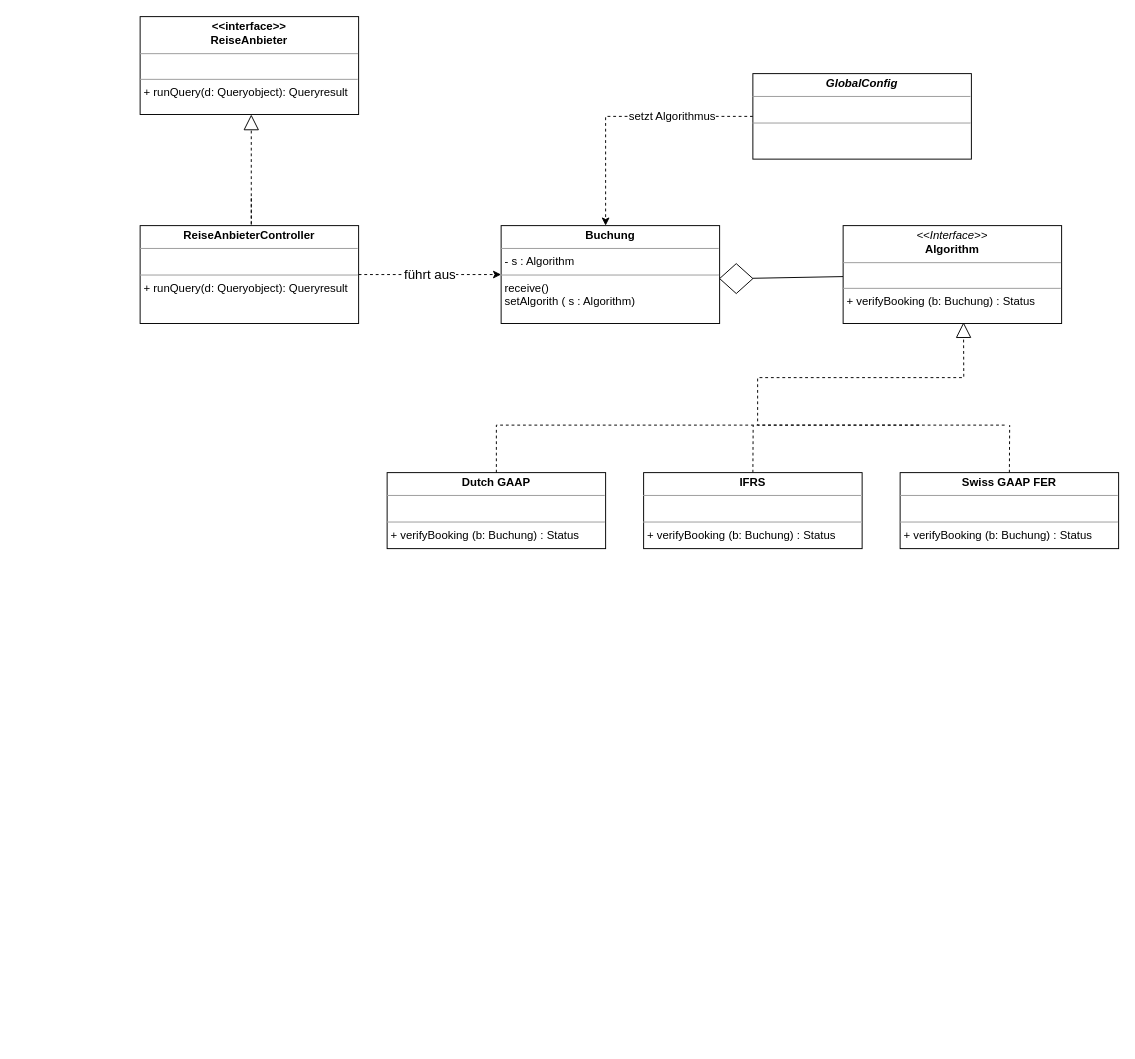
Earlier version of the draw.io diagram Uebung7/Aufgabe7_2.drawio (Software-Engineering-Team-HBRS/uebungsaufgaben). Source tidied: cells renumbered, new cells numbered last; positions are measured from the earlier drawing's top-left corner, leaving out a move shared by most shapes. Both pictures are drawn from the tidied source at 95%, with x=0, y=0 at pixel (140, 16).
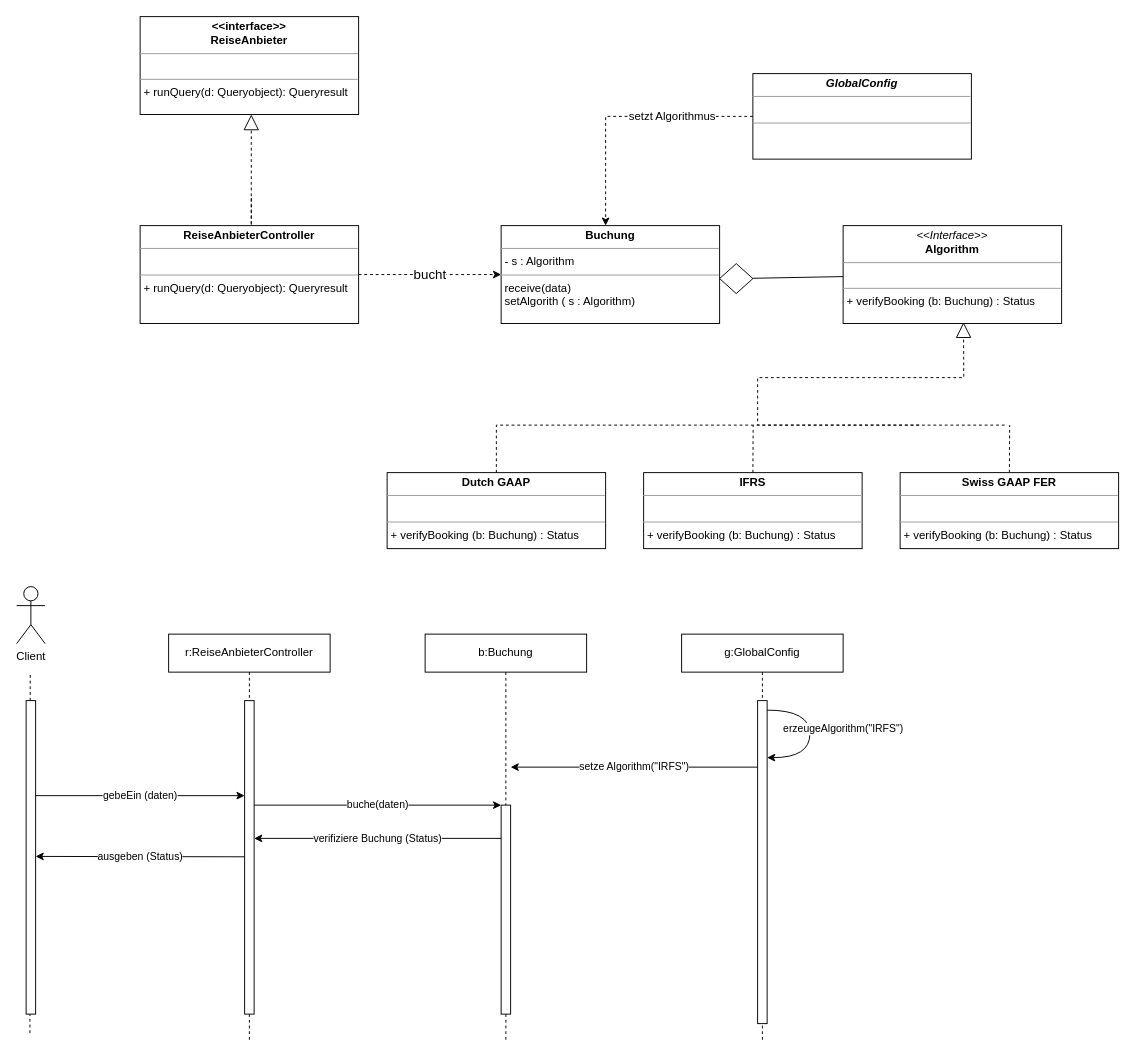
After the change.

Unchanged cells that the change refers to:
```xml
<mxCell id="16" value="&lt;p style=&quot;margin:0px;margin-top:4px;text-align:center;&quot;&gt;&lt;b&gt;ReiseAnbieterController&lt;/b&gt;&lt;/p&gt;&lt;hr size=&quot;1&quot;&gt;&lt;p style=&quot;margin:0px;margin-left:4px;&quot;&gt;&lt;br&gt;&lt;/p&gt;&lt;hr size=&quot;1&quot;&gt;&lt;p style=&quot;margin:0px;margin-left:4px;&quot;&gt;&lt;span style=&quot;text-wrap-mode: wrap;&quot;&gt;+ runQuery(d: Queryobject): Queryresult&lt;/span&gt;&lt;/p&gt;" style="verticalAlign=top;align=left;overflow=fill;fontSize=12;fontFamily=Helvetica;html=1;rounded=0;shadow=0;comic=0;labelBackgroundColor=none;strokeWidth=1;" parent="1" vertex="1">
  <mxGeometry y="220" width="230" height="103" as="geometry" />
</mxCell>
```

The edit, as a diff of the source:
```diff
@@
-    <mxCell id="15" value="&lt;font style=&quot;font-size: 14px;&quot;&gt;führt aus&lt;/font&gt;" style="edgeStyle=none;rounded=0;jettySize=auto;html=1;exitX=1;exitY=0.5;exitDx=0;exitDy=0;entryX=0;entryY=0.5;entryDx=0;entryDy=0;dashed=1;" parent="1" edge="1" source="16" target="17">
+    <mxCell id="15" value="&lt;font style=&quot;font-size: 14px;&quot;&gt;bucht&lt;/font&gt;" style="edgeStyle=none;rounded=0;jettySize=auto;html=1;exitX=1;exitY=0.5;exitDx=0;exitDy=0;entryX=0;entryY=0.5;entryDx=0;entryDy=0;dashed=1;" parent="1" edge="1" source="16" target="17">
       <mxGeometry relative="1" as="geometry" />
     </mxCell>
@@
-    <mxCell id="17" value="&lt;p style=&quot;margin:0px;margin-top:4px;text-align:center;&quot;&gt;&lt;b&gt;Buchung&lt;/b&gt;&lt;/p&gt;&lt;hr size=&quot;1&quot;&gt;&lt;p style=&quot;margin:0px;margin-left:4px;&quot;&gt;- s : Algorithm&lt;/p&gt;&lt;hr size=&quot;1&quot;&gt;&lt;p style=&quot;margin:0px;margin-left:4px;&quot;&gt;&lt;span style=&quot;text-wrap-mode: wrap;&quot;&gt;receive()&lt;/span&gt;&lt;/p&gt;&lt;p style=&quot;margin:0px;margin-left:4px;&quot;&gt;&lt;span style=&quot;text-wrap-mode: wrap;&quot;&gt;setAlgorith ( s : Algorithm)&lt;/span&gt;&lt;/p&gt;" style="verticalAlign=top;align=left;overflow=fill;fontSize=12;fontFamily=Helvetica;html=1;rounded=0;shadow=0;comic=0;labelBackgroundColor=none;strokeWidth=1;" parent="1" vertex="1">
+    <mxCell id="17" value="&lt;p style=&quot;margin:0px;margin-top:4px;text-align:center;&quot;&gt;&lt;b&gt;Buchung&lt;/b&gt;&lt;/p&gt;&lt;hr size=&quot;1&quot;&gt;&lt;p style=&quot;margin:0px;margin-left:4px;&quot;&gt;- s : Algorithm&lt;/p&gt;&lt;hr size=&quot;1&quot;&gt;&lt;p style=&quot;margin:0px;margin-left:4px;&quot;&gt;&lt;span style=&quot;text-wrap-mode: wrap;&quot;&gt;receive(data)&lt;/span&gt;&lt;/p&gt;&lt;p style=&quot;margin:0px;margin-left:4px;&quot;&gt;&lt;span style=&quot;text-wrap-mode: wrap;&quot;&gt;setAlgorith ( s : Algorithm)&lt;/span&gt;&lt;/p&gt;" style="verticalAlign=top;align=left;overflow=fill;fontSize=12;fontFamily=Helvetica;html=1;rounded=0;shadow=0;comic=0;labelBackgroundColor=none;strokeWidth=1;" parent="1" vertex="1">
       <mxGeometry x="380" y="220" width="230" height="103" as="geometry" />
     </mxCell>
@@
+    <mxCell id="19" value="&lt;span style=&quot;text-wrap-mode: nowrap;&quot;&gt;r:ReiseAnbieterController&lt;/span&gt;" style="shape=umlLifeline;perimeter=lifelinePerimeter;whiteSpace=wrap;html=1;newEdgeStyle={&quot;curved&quot;:0,&quot;rounded&quot;:0};" parent="1" vertex="1">
+      <mxGeometry x="30" y="650" width="170" height="430" as="geometry" />
+    </mxCell>
+    <mxCell id="20" style="html=1;points=[[0,0,0,0,5],[0,1,0,0,-5],[1,0,0,0,5],[1,1,0,0,-5]];perimeter=orthogonalPerimeter;outlineConnect=0;targetShapes=umlLifeline;portConstraint=eastwest;newEdgeStyle={&quot;curved&quot;:0,&quot;rounded&quot;:0};" parent="19" vertex="1">
+      <mxGeometry x="80" y="70" width="10" height="330" as="geometry" />
+    </mxCell>
+    <mxCell id="21" value="b:Buchung" style="shape=umlLifeline;perimeter=lifelinePerimeter;whiteSpace=wrap;html=1;newEdgeStyle={&quot;curved&quot;:0,&quot;rounded&quot;:0};" parent="1" vertex="1">
+      <mxGeometry x="300" y="650" width="170" height="430" as="geometry" />
+    </mxCell>
+    <mxCell id="22" style="html=1;perimeter=orthogonalPerimeter;targetShapes=umlLifeline;newEdgeStyle={&quot;curved&quot;:0,&quot;rounded&quot;:0};" parent="21" vertex="1">
+      <mxGeometry x="80" y="180" width="10" height="220" as="geometry" />
+    </mxCell>
+    <mxCell id="23" value="g:GlobalConfig" style="shape=umlLifeline;perimeter=lifelinePerimeter;whiteSpace=wrap;html=1;newEdgeStyle={&quot;curved&quot;:0,&quot;rounded&quot;:0};" parent="1" vertex="1">
+      <mxGeometry x="570" y="650" width="170" height="430" as="geometry" />
+    </mxCell>
+    <mxCell id="24" style="html=1;perimeter=orthogonalPerimeter;targetShapes=umlLifeline;newEdgeStyle={&quot;curved&quot;:0,&quot;rounded&quot;:0};" parent="23" vertex="1">
+      <mxGeometry x="80" y="70" width="10" height="340" as="geometry" />
+    </mxCell>
+    <mxCell id="25" value="Client" style="shape=umlActor;verticalLabelPosition=bottom;verticalAlign=top;html=1;" parent="1" vertex="1">
+      <mxGeometry x="-130" y="600" width="30" height="60" as="geometry" />
+    </mxCell>
+    <mxCell id="26" style="edgeStyle=none;rounded=0;jettySize=auto;html=1;dashed=1;endArrow=none;endFill=0;startSize=8;endSize=14;startFill=0;" parent="1" edge="1" source="28">
+      <mxGeometry relative="1" as="geometry">
+        <mxPoint x="-115.7" y="690" as="targetPoint" />
+      </mxGeometry>
+    </mxCell>
+    <mxCell id="27" style="edgeStyle=none;rounded=0;jettySize=auto;html=1;dashed=1;endArrow=none;endFill=0;startSize=8;endSize=14;startFill=0;" parent="1" edge="1" target="28">
+      <mxGeometry relative="1" as="geometry">
+        <mxPoint x="-116" y="1070" as="sourcePoint" />
+        <Array as="points">
+          <mxPoint x="-115.7" y="910" />
+          <mxPoint x="-115.7" y="860" />
+          <mxPoint x="-115.7" y="830" />
+        </Array>
+      </mxGeometry>
+    </mxCell>
+    <mxCell id="28" style="html=1;points=[[0,0,0,0,5],[0,1,0,0,-5],[1,0,0,0,5],[1,1,0,0,-5]];perimeter=orthogonalPerimeter;outlineConnect=0;targetShapes=umlLifeline;portConstraint=eastwest;newEdgeStyle={&quot;curved&quot;:0,&quot;rounded&quot;:0};" parent="1" vertex="1">
+      <mxGeometry x="-120" y="720" width="10" height="330" as="geometry" />
+    </mxCell>
+    <mxCell id="29" value="setze Algorithm(&quot;IRFS&quot;)" style="edgeStyle=none;rounded=0;orthogonalLoop=1;jettySize=auto;html=1;curved=0;" parent="1" edge="1">
+      <mxGeometry relative="1" as="geometry">
+        <mxPoint x="650" y="790" as="sourcePoint" />
+        <mxPoint x="390" y="790" as="targetPoint" />
+      </mxGeometry>
+    </mxCell>
+    <mxCell id="30" value="erzeugeAlgorithm(&quot;IRFS&quot;)" style="edgeStyle=orthogonalEdgeStyle;rounded=0;orthogonalLoop=1;jettySize=auto;html=1;curved=1;" parent="1" edge="1">
+      <mxGeometry x="-0.07" y="35" relative="1" as="geometry">
+        <mxPoint x="660" y="730" as="sourcePoint" />
+        <mxPoint x="660" y="780" as="targetPoint" />
+        <Array as="points">
+          <mxPoint x="705" y="730" />
+          <mxPoint x="705" y="780" />
+        </Array>
+      </mxGeometry>
+    </mxCell>
+    <mxCell id="31" value="gebeEin (daten)" style="endArrow=classic;html=1;rounded=0;" parent="1" edge="1" target="20">
+      <mxGeometry relative="1" as="geometry">
+        <mxPoint x="-110" y="820" as="sourcePoint" />
+      </mxGeometry>
+    </mxCell>
+    <mxCell id="32" value="buche(daten)" style="endArrow=classic;html=1;rounded=0;" parent="1" edge="1">
+      <mxGeometry relative="1" as="geometry">
+        <mxPoint x="120" y="830" as="sourcePoint" />
+        <mxPoint x="380" y="830" as="targetPoint" />
+      </mxGeometry>
+    </mxCell>
+    <mxCell id="33" value="verifiziere Buchung (Status)" style="endArrow=classic;html=1;rounded=0;" parent="1" edge="1" target="20">
+      <mxGeometry relative="1" as="geometry">
+        <mxPoint x="380" y="865" as="sourcePoint" />
+      </mxGeometry>
+    </mxCell>
+    <mxCell id="34" value="ausgeben (Status)" style="endArrow=classic;html=1;rounded=0;" parent="1" edge="1">
+      <mxGeometry relative="1" as="geometry">
+        <mxPoint x="110" y="884.4" as="sourcePoint" />
+        <mxPoint x="-110" y="884" as="targetPoint" />
+      </mxGeometry>
+    </mxCell>
```
